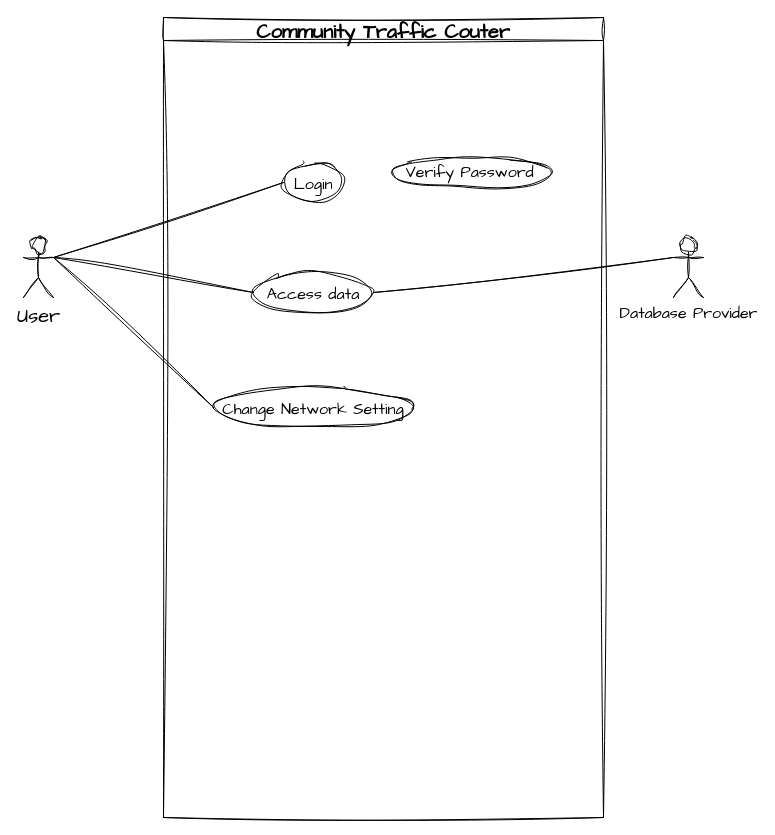
Earlier version of the draw.io diagram use-cases.drawio (Jeff-Barlow-Spady/CSTC). Source tidied: cells renumbered, new cells numbered last; positions are measured from the earlier drawing's top-left corner, leaving out a move shared by most shapes. Both pictures are drawn from the tidied source at 100%, with x=0, y=0 at pixel (23, 17).
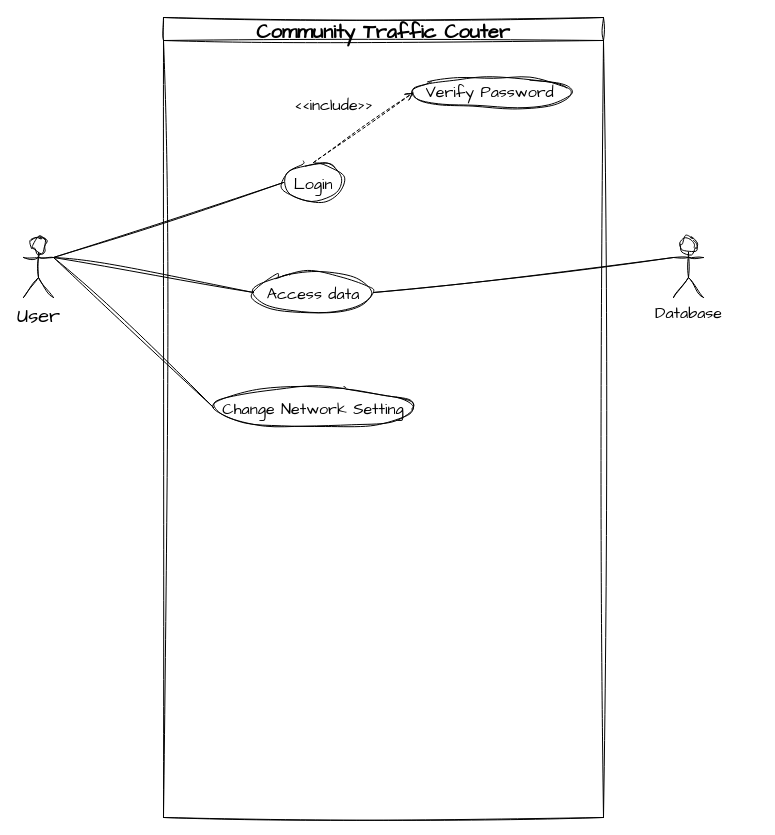
The same diagram, later.

Diff of the diagram source:
```diff
@@
 <mxGraphModel>
   <root>
     <mxCell id="0" />
     <mxCell id="1" parent="0" />
     <mxCell id="2" value="User" style="shape=umlActor;verticalLabelPosition=bottom;verticalAlign=top;html=1;sketch=1;hachureGap=4;jiggle=2;curveFitting=1;fontFamily=Architects Daughter;fontSize=20;" parent="1" vertex="1">
       <mxGeometry y="220" width="30" height="60" as="geometry" />
     </mxCell>
     <mxCell id="3" value="Community Traffic Couter" style="swimlane;sketch=1;hachureGap=4;jiggle=2;curveFitting=1;fontFamily=Architects Daughter;fontSize=20;" parent="1" vertex="1">
       <mxGeometry x="140" width="440" height="800" as="geometry" />
     </mxCell>
     <mxCell id="4" value="&lt;font style=&quot;font-size: 16px;&quot;&gt;Login&lt;/font&gt;" style="ellipse;whiteSpace=wrap;html=1;sketch=1;hachureGap=4;jiggle=2;curveFitting=1;fontFamily=Architects Daughter;fontSize=20;" parent="3" vertex="1">
       <mxGeometry x="120" y="145" width="60" height="40" as="geometry" />
     </mxCell>
     <mxCell id="5" value="&lt;font style=&quot;font-size: 16px;&quot;&gt;Access data&lt;/font&gt;" style="ellipse;whiteSpace=wrap;html=1;sketch=1;hachureGap=4;jiggle=2;curveFitting=1;fontFamily=Architects Daughter;fontSize=20;" parent="3" vertex="1">
       <mxGeometry x="90" y="255" width="120" height="40" as="geometry" />
     </mxCell>
     <mxCell id="6" value="&lt;font style=&quot;font-size: 16px;&quot;&gt;Change Network Setting&lt;/font&gt;" style="ellipse;whiteSpace=wrap;html=1;sketch=1;hachureGap=4;jiggle=2;curveFitting=1;fontFamily=Architects Daughter;fontSize=20;" parent="3" vertex="1">
       <mxGeometry x="50" y="370" width="200" height="40" as="geometry" />
     </mxCell>
-    <mxCell id="7" value="Verify Password&amp;nbsp;" style="ellipse;whiteSpace=wrap;html=1;sketch=1;hachureGap=4;jiggle=2;curveFitting=1;fontFamily=Architects Daughter;fontSize=16;" parent="3" vertex="1">
-      <mxGeometry x="230" y="140" width="160" height="30" as="geometry" />
+    <mxCell id="7" value="&lt;font style=&quot;font-size: 16px;&quot;&gt;Verify Password&amp;nbsp;&lt;/font&gt;" style="ellipse;whiteSpace=wrap;html=1;sketch=1;hachureGap=4;jiggle=2;curveFitting=1;fontFamily=Architects Daughter;fontSize=16;" parent="3" vertex="1">
+      <mxGeometry x="250" y="60" width="160" height="30" as="geometry" />
     </mxCell>
+    <mxCell id="13" value="&amp;lt;&amp;lt;include&amp;gt;&amp;gt;" style="edgeStyle=none;html=1;endArrow=open;verticalAlign=bottom;dashed=1;labelBackgroundColor=none;rounded=0;sketch=1;hachureGap=4;jiggle=2;curveFitting=1;fontFamily=Architects Daughter;fontSize=16;entryX=0;entryY=0.5;entryDx=0;entryDy=0;exitX=0.5;exitY=0;exitDx=0;exitDy=0;" parent="3" edge="1" source="4" target="7">
+      <mxGeometry x="-0.31" y="25" relative="1" as="geometry" />
+    </mxCell>
     <mxCell id="8" style="endArrow=none;html=1;rounded=0;sketch=1;hachureGap=4;jiggle=2;curveFitting=1;fontFamily=Architects Daughter;fontSize=16;entryX=0;entryY=0.5;entryDx=0;entryDy=0;exitX=1;exitY=0.3333333333333333;exitDx=0;exitDy=0;exitPerimeter=0;" parent="1" edge="1" source="2" target="4">
       <mxGeometry relative="1" as="geometry" />
     </mxCell>
     <mxCell id="9" style="endArrow=none;html=1;rounded=0;sketch=1;hachureGap=4;jiggle=2;curveFitting=1;fontFamily=Architects Daughter;fontSize=16;entryX=0;entryY=0.5;entryDx=0;entryDy=0;exitX=1;exitY=0.3333333333333333;exitDx=0;exitDy=0;exitPerimeter=0;" parent="1" edge="1" source="2" target="5">
       <mxGeometry relative="1" as="geometry" />
     </mxCell>
     <mxCell id="10" style="endArrow=none;html=1;rounded=0;sketch=1;hachureGap=4;jiggle=2;curveFitting=1;fontFamily=Architects Daughter;fontSize=16;entryX=0;entryY=0.5;entryDx=0;entryDy=0;exitX=1;exitY=0.3333333333333333;exitDx=0;exitDy=0;exitPerimeter=0;" parent="1" edge="1" source="2" target="6">
       <mxGeometry relative="1" as="geometry" />
     </mxCell>
-    <mxCell id="11" value="Database Provider" style="shape=umlActor;verticalLabelPosition=bottom;verticalAlign=top;html=1;outlineConnect=0;sketch=1;hachureGap=4;jiggle=2;curveFitting=1;fontFamily=Architects Daughter;fontSize=16;" parent="1" vertex="1">
+    <mxCell id="11" value="Database" style="shape=umlActor;verticalLabelPosition=bottom;verticalAlign=top;html=1;outlineConnect=0;sketch=1;hachureGap=4;jiggle=2;curveFitting=1;fontFamily=Architects Daughter;fontSize=16;" parent="1" vertex="1">
       <mxGeometry x="650" y="220" width="30" height="60" as="geometry" />
     </mxCell>
     <mxCell id="12" style="endArrow=none;html=1;rounded=0;sketch=1;hachureGap=4;jiggle=2;curveFitting=1;fontFamily=Architects Daughter;fontSize=16;entryX=0;entryY=0.3333333333333333;entryDx=0;entryDy=0;entryPerimeter=0;exitX=1;exitY=0.5;exitDx=0;exitDy=0;" parent="1" edge="1" source="5" target="11">
       <mxGeometry relative="1" as="geometry" />
     </mxCell>
   </root>
 </mxGraphModel>
```
